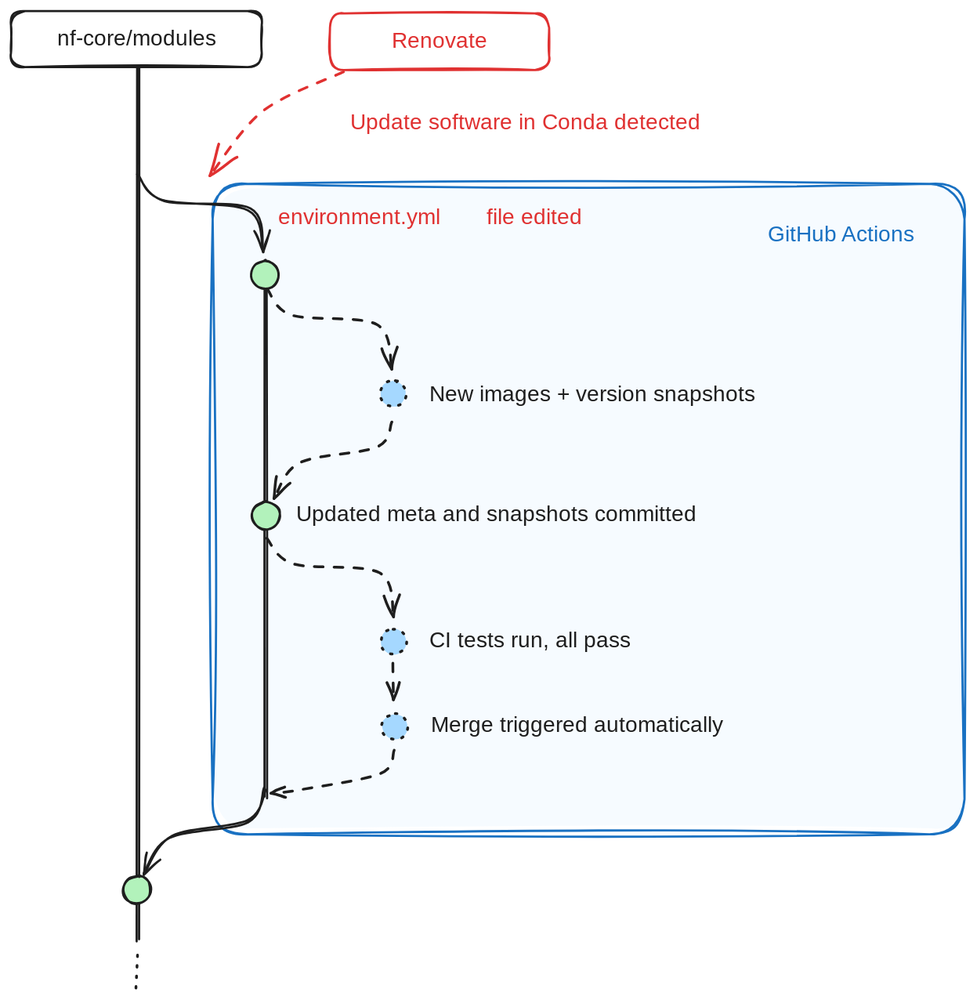
This is sites/main-site/src/assets/images/blog/seqera-containers-part-2/renovate_flow.excalidraw.svg from nf-core/website, a Excalidraw export, as it was before one commit. Source tidied: one line per element, renumbered; positions are measured from the earlier drawing's top-left corner, leaving out a move shared by most shapes. The source it was exported from:
```json
{"id": 0, "type": "rectangle", "strokeColor": "transparent", "backgroundColor": "#a5d8ff", "fillStyle": "solid", "strokeWidth": 2, "roughness": 2, "opacity": 10, "round": true, "x": 185, "y": 162, "width": 685, "height": 583}
{"id": 1, "type": "line", "strokeColor": "#1e1e1e", "strokeWidth": 2, "roughness": 1, "round": true, "x": 232, "y": 254, "width": 0, "height": 462, "points": [[0, 0], [0, 462]]}
{"id": 2, "type": "rectangle", "strokeColor": "#1971c2", "strokeWidth": 2, "roughness": 2, "round": true, "x": 184, "y": 158, "width": 685, "height": 593}
{"id": 3, "type": "rectangle", "strokeColor": "#1e1e1e", "strokeWidth": 2, "roughness": 1, "round": true, "x": 0, "y": 0, "width": 229, "height": 51}
{"id": 4, "type": "text", "text": "nf-core/modules", "strokeColor": "#1e1e1e", "strokeWidth": 2, "roughness": 1, "fontSize": 20, "fontFamily": 3, "textAlign": "center", "verticalAlign": "middle", "inside": 3, "x": 26, "y": 14, "width": 176, "height": 24}
{"id": 5, "type": "text", "text": "file edited", "strokeColor": "#e03131", "strokeWidth": 2, "roughness": 1, "fontSize": 20, "fontFamily": 1, "x": 434, "y": 176, "width": 101, "height": 25}
{"id": 6, "type": "text", "text": "environment.yml", "strokeColor": "#e03131", "strokeWidth": 2, "roughness": 1, "fontSize": 20, "fontFamily": 3, "x": 243, "y": 176, "width": 176, "height": 24}
{"id": 7, "type": "line", "strokeColor": "#1e1e1e", "strokeWidth": 2, "roughness": 1, "round": true, "x": 116, "y": 52, "width": 0, "height": 796, "points": [[0, 0], [0, 796]]}
{"id": 8, "type": "ellipse", "strokeColor": "#1e1e1e", "backgroundColor": "#b2f2bb", "fillStyle": "solid", "strokeWidth": 2, "roughness": 1, "round": true, "x": 219, "y": 228, "width": 25, "height": 25}
{"id": 9, "type": "text", "text": "New images + version snapshots", "strokeColor": "#1e1e1e", "backgroundColor": "#b2f2bb", "fillStyle": "solid", "strokeWidth": 2, "roughness": 1, "fontSize": 20, "fontFamily": 1, "x": 381, "y": 338, "width": 314, "height": 25}
{"id": 10, "type": "ellipse", "strokeColor": "#1e1e1e", "backgroundColor": "#a5d8ff", "fillStyle": "solid", "strokeWidth": 2, "strokeStyle": "dotted", "roughness": 1, "round": true, "x": 337, "y": 337, "width": 24, "height": 24}
{"id": 11, "type": "arrow", "strokeColor": "#1e1e1e", "backgroundColor": "#a5d8ff", "fillStyle": "solid", "strokeWidth": 2, "strokeStyle": "dashed", "roughness": 1, "endArrowhead": "arrow", "round": true, "from": 8, "to": 10, "x": 232, "y": 254, "width": 115, "height": 72, "points": [[0, 0], [23, 24], [102, 32], [115, 72]]}
{"id": 12, "type": "ellipse", "strokeColor": "#1e1e1e", "backgroundColor": "#b2f2bb", "fillStyle": "solid", "strokeWidth": 2, "roughness": 1, "round": true, "x": 220, "y": 447, "width": 25, "height": 25}
{"id": 13, "type": "arrow", "strokeColor": "#1e1e1e", "backgroundColor": "#a5d8ff", "fillStyle": "solid", "strokeWidth": 2, "strokeStyle": "dashed", "roughness": 1, "endArrowhead": "arrow", "round": true, "from": 10, "to": 12, "x": 348, "y": 375, "width": 109, "height": 69, "points": [[0, 0], [-14, 22], [-85, 37], [-109, 69]]}
{"id": 14, "type": "text", "text": "Updated meta and snapshots committed", "strokeColor": "#1e1e1e", "strokeWidth": 2, "roughness": 1, "fontSize": 20, "fontFamily": 1, "x": 260, "y": 447, "width": 398, "height": 25}
{"id": 15, "type": "text", "text": "GitHub Actions", "strokeColor": "#1971c2", "strokeWidth": 2, "roughness": 2, "fontSize": 20, "fontFamily": 1, "x": 690, "y": 192, "width": 144, "height": 25}
{"id": 16, "type": "line", "strokeColor": "#1e1e1e", "strokeWidth": 2, "strokeStyle": "dotted", "roughness": 2, "round": true, "x": 114, "y": 860, "width": 0, "height": 37, "points": [[0, 0], [0, 37]]}
{"id": 17, "type": "text", "text": "Update software in Conda detected", "strokeColor": "#e03131", "strokeWidth": 2, "roughness": 1, "fontSize": 20, "fontFamily": 1, "x": 310, "y": 90, "width": 359, "height": 25}
{"id": 18, "type": "rectangle", "strokeColor": "#e03131", "strokeWidth": 2, "roughness": 1, "round": true, "x": 291, "y": 2, "width": 200, "height": 52}
{"id": 19, "type": "text", "text": "Renovate", "strokeColor": "#e03131", "strokeWidth": 2, "roughness": 1, "fontSize": 20, "fontFamily": 1, "textAlign": "center", "verticalAlign": "middle", "inside": 18, "x": 345, "y": 15, "width": 91, "height": 25}
{"id": 20, "type": "arrow", "strokeColor": "#1e1e1e", "backgroundColor": "#a5d8ff", "fillStyle": "solid", "strokeWidth": 2, "strokeStyle": "dashed", "roughness": 1, "endArrowhead": "arrow", "round": true, "from": 12, "to": 22, "x": 234, "y": 481, "width": 115, "height": 72, "points": [[0, 0], [23, 24], [102, 32], [115, 72]]}
{"id": 21, "type": "text", "text": "CI tests run, all pass", "strokeColor": "#1e1e1e", "backgroundColor": "#b2f2bb", "fillStyle": "solid", "strokeWidth": 2, "roughness": 1, "fontSize": 20, "fontFamily": 1, "x": 382, "y": 562, "width": 222, "height": 25}
{"id": 22, "type": "ellipse", "strokeColor": "#1e1e1e", "backgroundColor": "#a5d8ff", "fillStyle": "solid", "strokeWidth": 2, "strokeStyle": "dotted", "roughness": 1, "round": true, "x": 337, "y": 563, "width": 24, "height": 24}
{"id": 23, "type": "arrow", "strokeColor": "#1e1e1e", "backgroundColor": "#a5d8ff", "fillStyle": "solid", "strokeWidth": 2, "roughness": 1, "endArrowhead": "arrow", "round": true, "to": 8, "x": 115, "y": 149, "width": 115, "height": 72, "points": [[0, 0], [23, 24], [102, 32], [115, 72]]}
{"id": 24, "type": "arrow", "strokeColor": "#e03131", "strokeWidth": 2, "strokeStyle": "dashed", "roughness": 1, "endArrowhead": "arrow", "round": true, "from": 18, "to": 2, "x": 303, "y": 56, "width": 122, "height": 94, "points": [[0, 0], [-72, 35], [-122, 94]]}
{"id": 25, "type": "arrow", "strokeColor": "#1e1e1e", "backgroundColor": "#a5d8ff", "fillStyle": "solid", "strokeWidth": 2, "roughness": 1, "endArrowhead": "arrow", "round": true, "to": 29, "x": 232, "y": 709, "width": 110, "height": 77, "points": [[0, 0], [-15, 30], [-86, 44], [-110, 77]]}
{"id": 26, "type": "text", "text": "Merge triggered automatically", "strokeColor": "#1e1e1e", "backgroundColor": "#b2f2bb", "fillStyle": "solid", "strokeWidth": 2, "roughness": 1, "fontSize": 20, "fontFamily": 1, "x": 383, "y": 639, "width": 294, "height": 25}
{"id": 27, "type": "ellipse", "strokeColor": "#1e1e1e", "backgroundColor": "#a5d8ff", "fillStyle": "solid", "strokeWidth": 2, "strokeStyle": "dotted", "roughness": 1, "round": true, "x": 338, "y": 641, "width": 24, "height": 24}
{"id": 28, "type": "arrow", "strokeColor": "#1e1e1e", "backgroundColor": "#a5d8ff", "fillStyle": "solid", "strokeWidth": 2, "strokeStyle": "dashed", "roughness": 1, "endArrowhead": "arrow", "round": true, "from": 22, "to": 27, "x": 349, "y": 594, "width": 0, "height": 33, "points": [[0, 0], [0, 33]]}
{"id": 29, "type": "ellipse", "strokeColor": "#1e1e1e", "backgroundColor": "#b2f2bb", "fillStyle": "solid", "strokeWidth": 2, "roughness": 1, "round": true, "x": 102, "y": 788, "width": 25, "height": 25}
{"id": 30, "type": "arrow", "strokeColor": "#1e1e1e", "backgroundColor": "#a5d8ff", "fillStyle": "solid", "strokeWidth": 2, "strokeStyle": "dashed", "roughness": 1, "endArrowhead": "arrow", "round": true, "from": 27, "x": 350, "y": 674, "width": 112, "height": 39, "points": [[0, 0], [-14, 22], [-85, 36], [-112, 39]]}
```
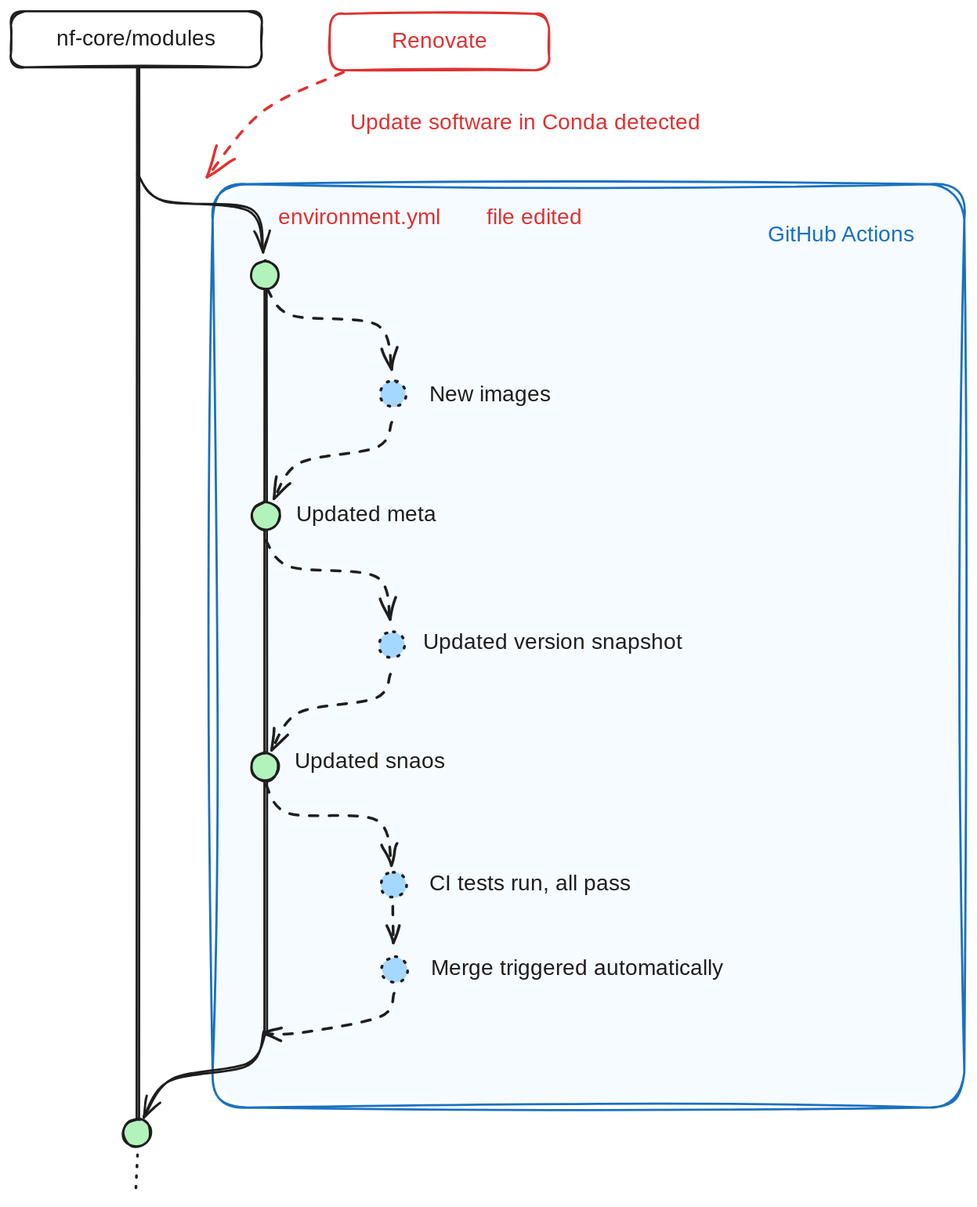
The same file after the commit.

Diff of the diagram source:
```diff
@@ -1,31 +1,37 @@
-{"id": 0, "type": "rectangle", "strokeColor": "transparent", "backgroundColor": "#a5d8ff", "fillStyle": "solid", "strokeWidth": 2, "roughness": 2, "opacity": 10, "round": true, "x": 185, "y": 162, "width": 685, "height": 583}
+{"id": 0, "type": "rectangle", "strokeColor": "transparent", "backgroundColor": "#a5d8ff", "fillStyle": "solid", "strokeWidth": 2, "roughness": 2, "opacity": 10, "round": true, "x": 185, "y": 161, "width": 685, "height": 834}
-{"id": 1, "type": "line", "strokeColor": "#1e1e1e", "strokeWidth": 2, "roughness": 1, "round": true, "x": 232, "y": 254, "width": 0, "height": 462, "points": [[0, 0], [0, 462]]}
+{"id": 1, "type": "line", "strokeColor": "#1e1e1e", "strokeWidth": 2, "roughness": 1, "round": true, "x": 232, "y": 254, "width": 0, "height": 678, "points": [[0, 0], [0, 678]]}
-{"id": 2, "type": "rectangle", "strokeColor": "#1971c2", "strokeWidth": 2, "roughness": 2, "round": true, "x": 184, "y": 158, "width": 685, "height": 593}
+{"id": 2, "type": "rectangle", "strokeColor": "#1971c2", "strokeWidth": 2, "roughness": 2, "round": true, "x": 184, "y": 158, "width": 685, "height": 842}
 {"id": 3, "type": "rectangle", "strokeColor": "#1e1e1e", "strokeWidth": 2, "roughness": 1, "round": true, "x": 0, "y": 0, "width": 229, "height": 51}
 {"id": 4, "type": "text", "text": "nf-core/modules", "strokeColor": "#1e1e1e", "strokeWidth": 2, "roughness": 1, "fontSize": 20, "fontFamily": 3, "textAlign": "center", "verticalAlign": "middle", "inside": 3, "x": 26, "y": 14, "width": 176, "height": 24}
 {"id": 5, "type": "text", "text": "file edited", "strokeColor": "#e03131", "strokeWidth": 2, "roughness": 1, "fontSize": 20, "fontFamily": 1, "x": 434, "y": 176, "width": 101, "height": 25}
 {"id": 6, "type": "text", "text": "environment.yml", "strokeColor": "#e03131", "strokeWidth": 2, "roughness": 1, "fontSize": 20, "fontFamily": 3, "x": 243, "y": 176, "width": 176, "height": 24}
-{"id": 7, "type": "line", "strokeColor": "#1e1e1e", "strokeWidth": 2, "roughness": 1, "round": true, "x": 116, "y": 52, "width": 0, "height": 796, "points": [[0, 0], [0, 796]]}
+{"id": 7, "type": "line", "strokeColor": "#1e1e1e", "strokeWidth": 2, "roughness": 1, "round": true, "x": 116, "y": 52, "width": 0, "height": 974, "points": [[0, 0], [0, 974]]}
 {"id": 8, "type": "ellipse", "strokeColor": "#1e1e1e", "backgroundColor": "#b2f2bb", "fillStyle": "solid", "strokeWidth": 2, "roughness": 1, "round": true, "x": 219, "y": 228, "width": 25, "height": 25}
-{"id": 9, "type": "text", "text": "New images + version snapshots", "strokeColor": "#1e1e1e", "backgroundColor": "#b2f2bb", "fillStyle": "solid", "strokeWidth": 2, "roughness": 1, "fontSize": 20, "fontFamily": 1, "x": 381, "y": 338, "width": 314, "height": 25}
+{"id": 9, "type": "text", "text": "New images", "strokeColor": "#1e1e1e", "backgroundColor": "#b2f2bb", "fillStyle": "solid", "strokeWidth": 2, "roughness": 1, "fontSize": 20, "fontFamily": 1, "x": 381, "y": 338, "width": 108, "height": 25}
 {"id": 10, "type": "ellipse", "strokeColor": "#1e1e1e", "backgroundColor": "#a5d8ff", "fillStyle": "solid", "strokeWidth": 2, "strokeStyle": "dotted", "roughness": 1, "round": true, "x": 337, "y": 337, "width": 24, "height": 24}
 {"id": 11, "type": "arrow", "strokeColor": "#1e1e1e", "backgroundColor": "#a5d8ff", "fillStyle": "solid", "strokeWidth": 2, "strokeStyle": "dashed", "roughness": 1, "endArrowhead": "arrow", "round": true, "from": 8, "to": 10, "x": 232, "y": 254, "width": 115, "height": 72, "points": [[0, 0], [23, 24], [102, 32], [115, 72]]}
 {"id": 12, "type": "ellipse", "strokeColor": "#1e1e1e", "backgroundColor": "#b2f2bb", "fillStyle": "solid", "strokeWidth": 2, "roughness": 1, "round": true, "x": 220, "y": 447, "width": 25, "height": 25}
 {"id": 13, "type": "arrow", "strokeColor": "#1e1e1e", "backgroundColor": "#a5d8ff", "fillStyle": "solid", "strokeWidth": 2, "strokeStyle": "dashed", "roughness": 1, "endArrowhead": "arrow", "round": true, "from": 10, "to": 12, "x": 348, "y": 375, "width": 109, "height": 69, "points": [[0, 0], [-14, 22], [-85, 37], [-109, 69]]}
-{"id": 14, "type": "text", "text": "Updated meta and snapshots committed", "strokeColor": "#1e1e1e", "strokeWidth": 2, "roughness": 1, "fontSize": 20, "fontFamily": 1, "x": 260, "y": 447, "width": 398, "height": 25}
+{"id": 14, "type": "text", "text": "Updated meta", "strokeColor": "#1e1e1e", "strokeWidth": 2, "roughness": 1, "fontSize": 20, "fontFamily": 1, "x": 260, "y": 447, "width": 141, "height": 25}
 {"id": 15, "type": "text", "text": "GitHub Actions", "strokeColor": "#1971c2", "strokeWidth": 2, "roughness": 2, "fontSize": 20, "fontFamily": 1, "x": 690, "y": 192, "width": 144, "height": 25}
-{"id": 16, "type": "line", "strokeColor": "#1e1e1e", "strokeWidth": 2, "strokeStyle": "dotted", "roughness": 2, "round": true, "x": 114, "y": 860, "width": 0, "height": 37, "points": [[0, 0], [0, 37]]}
+{"id": 16, "type": "line", "strokeColor": "#1e1e1e", "strokeWidth": 2, "strokeStyle": "dotted", "roughness": 2, "round": true, "x": 114, "y": 1042, "width": 0, "height": 37, "points": [[0, 0], [0, 37]]}
 {"id": 17, "type": "text", "text": "Update software in Conda detected", "strokeColor": "#e03131", "strokeWidth": 2, "roughness": 1, "fontSize": 20, "fontFamily": 1, "x": 310, "y": 90, "width": 359, "height": 25}
 {"id": 18, "type": "rectangle", "strokeColor": "#e03131", "strokeWidth": 2, "roughness": 1, "round": true, "x": 291, "y": 2, "width": 200, "height": 52}
 {"id": 19, "type": "text", "text": "Renovate", "strokeColor": "#e03131", "strokeWidth": 2, "roughness": 1, "fontSize": 20, "fontFamily": 1, "textAlign": "center", "verticalAlign": "middle", "inside": 18, "x": 345, "y": 15, "width": 91, "height": 25}
-{"id": 20, "type": "arrow", "strokeColor": "#1e1e1e", "backgroundColor": "#a5d8ff", "fillStyle": "solid", "strokeWidth": 2, "strokeStyle": "dashed", "roughness": 1, "endArrowhead": "arrow", "round": true, "from": 12, "to": 22, "x": 234, "y": 481, "width": 115, "height": 72, "points": [[0, 0], [23, 24], [102, 32], [115, 72]]}
-{"id": 21, "type": "text", "text": "CI tests run, all pass", "strokeColor": "#1e1e1e", "backgroundColor": "#b2f2bb", "fillStyle": "solid", "strokeWidth": 2, "roughness": 1, "fontSize": 20, "fontFamily": 1, "x": 382, "y": 562, "width": 222, "height": 25}
+{"id": 21, "type": "text", "text": "CI tests run, all pass", "strokeColor": "#1e1e1e", "backgroundColor": "#b2f2bb", "fillStyle": "solid", "strokeWidth": 2, "roughness": 1, "fontSize": 20, "fontFamily": 1, "x": 382, "y": 783, "width": 222, "height": 25}
-{"id": 22, "type": "ellipse", "strokeColor": "#1e1e1e", "backgroundColor": "#a5d8ff", "fillStyle": "solid", "strokeWidth": 2, "strokeStyle": "dotted", "roughness": 1, "round": true, "x": 337, "y": 563, "width": 24, "height": 24}
+{"id": 22, "type": "ellipse", "strokeColor": "#1e1e1e", "backgroundColor": "#a5d8ff", "fillStyle": "solid", "strokeWidth": 2, "strokeStyle": "dotted", "roughness": 1, "round": true, "x": 337, "y": 784, "width": 24, "height": 24}
 {"id": 23, "type": "arrow", "strokeColor": "#1e1e1e", "backgroundColor": "#a5d8ff", "fillStyle": "solid", "strokeWidth": 2, "roughness": 1, "endArrowhead": "arrow", "round": true, "to": 8, "x": 115, "y": 149, "width": 115, "height": 72, "points": [[0, 0], [23, 24], [102, 32], [115, 72]]}
-{"id": 24, "type": "arrow", "strokeColor": "#e03131", "strokeWidth": 2, "strokeStyle": "dashed", "roughness": 1, "endArrowhead": "arrow", "round": true, "from": 18, "to": 2, "x": 303, "y": 56, "width": 122, "height": 94, "points": [[0, 0], [-72, 35], [-122, 94]]}
+{"id": 24, "type": "arrow", "strokeColor": "#e03131", "strokeWidth": 2, "strokeStyle": "dashed", "roughness": 1, "endArrowhead": "arrow", "round": true, "from": 18, "to": 2, "x": 303, "y": 56, "width": 125, "height": 95, "points": [[0, 0], [-72, 35], [-125, 95]]}
-{"id": 25, "type": "arrow", "strokeColor": "#1e1e1e", "backgroundColor": "#a5d8ff", "fillStyle": "solid", "strokeWidth": 2, "roughness": 1, "endArrowhead": "arrow", "round": true, "to": 29, "x": 232, "y": 709, "width": 110, "height": 77, "points": [[0, 0], [-15, 30], [-86, 44], [-110, 77]]}
+{"id": 25, "type": "arrow", "strokeColor": "#1e1e1e", "backgroundColor": "#a5d8ff", "fillStyle": "solid", "strokeWidth": 2, "roughness": 1, "endArrowhead": "arrow", "round": true, "to": 29, "x": 232, "y": 930, "width": 110, "height": 77, "points": [[0, 0], [-15, 30], [-86, 44], [-110, 77]]}
-{"id": 26, "type": "text", "text": "Merge triggered automatically", "strokeColor": "#1e1e1e", "backgroundColor": "#b2f2bb", "fillStyle": "solid", "strokeWidth": 2, "roughness": 1, "fontSize": 20, "fontFamily": 1, "x": 383, "y": 639, "width": 294, "height": 25}
+{"id": 26, "type": "text", "text": "Merge triggered automatically", "strokeColor": "#1e1e1e", "backgroundColor": "#b2f2bb", "fillStyle": "solid", "strokeWidth": 2, "roughness": 1, "fontSize": 20, "fontFamily": 1, "x": 383, "y": 861, "width": 294, "height": 25}
-{"id": 27, "type": "ellipse", "strokeColor": "#1e1e1e", "backgroundColor": "#a5d8ff", "fillStyle": "solid", "strokeWidth": 2, "strokeStyle": "dotted", "roughness": 1, "round": true, "x": 338, "y": 641, "width": 24, "height": 24}
+{"id": 27, "type": "ellipse", "strokeColor": "#1e1e1e", "backgroundColor": "#a5d8ff", "fillStyle": "solid", "strokeWidth": 2, "strokeStyle": "dotted", "roughness": 1, "round": true, "x": 338, "y": 862, "width": 24, "height": 24}
-{"id": 28, "type": "arrow", "strokeColor": "#1e1e1e", "backgroundColor": "#a5d8ff", "fillStyle": "solid", "strokeWidth": 2, "strokeStyle": "dashed", "roughness": 1, "endArrowhead": "arrow", "round": true, "from": 22, "to": 27, "x": 349, "y": 594, "width": 0, "height": 33, "points": [[0, 0], [0, 33]]}
+{"id": 28, "type": "arrow", "strokeColor": "#1e1e1e", "backgroundColor": "#a5d8ff", "fillStyle": "solid", "strokeWidth": 2, "strokeStyle": "dashed", "roughness": 1, "endArrowhead": "arrow", "round": true, "from": 22, "to": 27, "x": 349, "y": 815, "width": 0, "height": 33, "points": [[0, 0], [0, 33]]}
-{"id": 29, "type": "ellipse", "strokeColor": "#1e1e1e", "backgroundColor": "#b2f2bb", "fillStyle": "solid", "strokeWidth": 2, "roughness": 1, "round": true, "x": 102, "y": 788, "width": 25, "height": 25}
+{"id": 29, "type": "ellipse", "strokeColor": "#1e1e1e", "backgroundColor": "#b2f2bb", "fillStyle": "solid", "strokeWidth": 2, "roughness": 1, "round": true, "x": 102, "y": 1010, "width": 25, "height": 25}
-{"id": 30, "type": "arrow", "strokeColor": "#1e1e1e", "backgroundColor": "#a5d8ff", "fillStyle": "solid", "strokeWidth": 2, "strokeStyle": "dashed", "roughness": 1, "endArrowhead": "arrow", "round": true, "from": 27, "x": 350, "y": 674, "width": 112, "height": 39, "points": [[0, 0], [-14, 22], [-85, 36], [-112, 39]]}
+{"id": 30, "type": "arrow", "strokeColor": "#1e1e1e", "backgroundColor": "#a5d8ff", "fillStyle": "solid", "strokeWidth": 2, "strokeStyle": "dashed", "roughness": 1, "endArrowhead": "arrow", "round": true, "from": 27, "x": 350, "y": 895, "width": 119, "height": 36, "points": [[0, 0], [-14, 22], [-85, 36], [-119, 36]]}
+{"id": 31, "type": "ellipse", "strokeColor": "#1e1e1e", "backgroundColor": "#a5d8ff", "fillStyle": "solid", "strokeWidth": 2, "strokeStyle": "dotted", "roughness": 1, "round": true, "x": 336, "y": 566, "width": 24, "height": 24}
+{"id": 32, "type": "arrow", "strokeColor": "#1e1e1e", "backgroundColor": "#a5d8ff", "fillStyle": "solid", "strokeWidth": 2, "strokeStyle": "dashed", "roughness": 1, "endArrowhead": "arrow", "round": true, "from": 12, "to": 31, "x": 231, "y": 483, "width": 115, "height": 72, "points": [[0, 0], [23, 24], [102, 32], [115, 72]]}
+{"id": 33, "type": "ellipse", "strokeColor": "#1e1e1e", "backgroundColor": "#b2f2bb", "fillStyle": "solid", "strokeWidth": 2, "roughness": 1, "round": true, "x": 219, "y": 676, "width": 25, "height": 25}
+{"id": 34, "type": "arrow", "strokeColor": "#1e1e1e", "backgroundColor": "#a5d8ff", "fillStyle": "solid", "strokeWidth": 2, "strokeStyle": "dashed", "roughness": 1, "endArrowhead": "arrow", "round": true, "from": 31, "to": 33, "x": 347, "y": 604, "width": 109, "height": 69, "points": [[0, 0], [-14, 22], [-85, 37], [-109, 69]]}
+{"id": 35, "type": "arrow", "strokeColor": "#1e1e1e", "backgroundColor": "#a5d8ff", "fillStyle": "solid", "strokeWidth": 2, "strokeStyle": "dashed", "roughness": 1, "endArrowhead": "arrow", "round": true, "from": 33, "to": 22, "x": 231, "y": 706, "width": 115, "height": 72, "points": [[0, 0], [23, 24], [102, 32], [115, 72]]}
+{"id": 36, "type": "text", "text": "Updated snaos", "strokeColor": "#1e1e1e", "strokeWidth": 2, "roughness": 1, "fontSize": 20, "fontFamily": 1, "x": 259, "y": 672, "width": 148, "height": 25}
+{"id": 37, "type": "text", "text": "Updated version snapshot", "strokeColor": "#1e1e1e", "backgroundColor": "#b2f2bb", "fillStyle": "solid", "strokeWidth": 2, "roughness": 1, "fontSize": 20, "fontFamily": 1, "x": 376, "y": 563, "width": 255, "height": 25}
```
